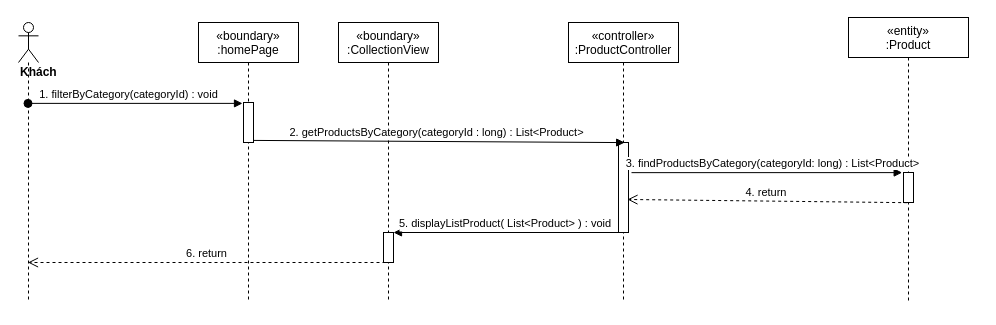
Earlier version of the draw.io diagram sequence diagram/getProductByCategory-seqence.drawio (nguyenphamvan/datn_20202). Source tidied: cells renumbered, new cells numbered last; positions are measured from the earlier drawing's top-left corner, leaving out a move shared by most shapes. Both pictures are drawn from the tidied source at 100%, with x=0, y=0 at pixel (18, 17).
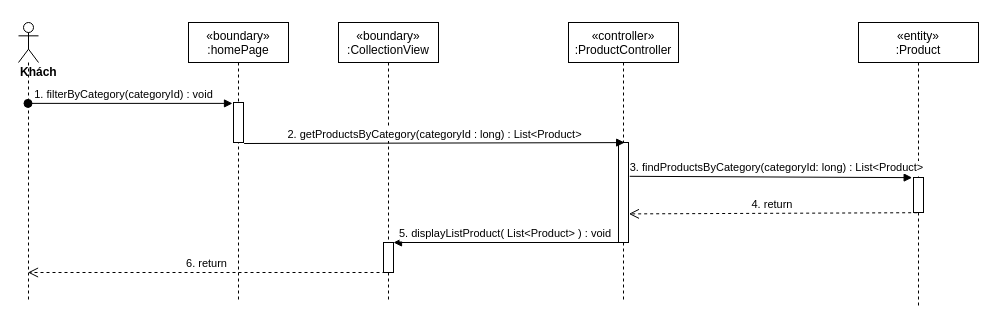
The same page after the edit.

Change to the diagram source:
```diff
@@
 <mxGraphModel>
   <root>
     <mxCell id="0" />
     <mxCell id="1" parent="0" />
     <mxCell id="2" value="«boundary»&#10;:CollectionView" style="shape=umlLifeline;perimeter=lifelinePerimeter;rounded=0;shadow=0;strokeWidth=1;" parent="1" vertex="1">
       <mxGeometry x="320" y="5" width="100" height="280" as="geometry" />
     </mxCell>
     <mxCell id="3" style="html=1;points=[];perimeter=orthogonalPerimeter;" parent="2" vertex="1">
-      <mxGeometry x="45" y="210" width="10" height="30" as="geometry" />
+      <mxGeometry x="45" y="220" width="10" height="30" as="geometry" />
     </mxCell>
     <mxCell id="4" value="«controller»&#10;:ProductController" style="shape=umlLifeline;perimeter=lifelinePerimeter;rounded=0;shadow=0;strokeWidth=1;" parent="1" vertex="1">
       <mxGeometry x="550" y="5" width="110" height="280" as="geometry" />
     </mxCell>
     <mxCell id="5" style="points=[];perimeter=orthogonalPerimeter;rounded=0;shadow=0;strokeWidth=1;" parent="4" vertex="1">
-      <mxGeometry x="50" y="120" width="10" height="90" as="geometry" />
+      <mxGeometry x="50" y="120" width="10" height="100" as="geometry" />
     </mxCell>
     <mxCell id="6" value="&lt;div&gt;&lt;b&gt;Khách&lt;/b&gt;&lt;/div&gt;" style="shape=umlLifeline;participant=umlActor;perimeter=lifelinePerimeter;whiteSpace=wrap;html=1;verticalAlign=top;spacingTop=36;outlineConnect=0;align=left;" parent="1" vertex="1">
       <mxGeometry y="5" width="20" height="280" as="geometry" />
     </mxCell>
     <mxCell id="7" value="1. filterByCategory(categoryId) : void" style="verticalAlign=bottom;startArrow=oval;endArrow=block;startSize=8;shadow=0;strokeWidth=1;entryX=-0.1;entryY=0.022;entryDx=0;entryDy=0;entryPerimeter=0;" parent="1" edge="1" source="6" target="15">
       <mxGeometry x="-0.06" relative="1" as="geometry" />
     </mxCell>
-    <mxCell id="8" value="2. getProductsByCategory(categoryId : long) : List&amp;lt;Product&amp;gt;" style="html=1;verticalAlign=bottom;endArrow=block;entryX=0.617;entryY=0.001;entryDx=0;entryDy=0;entryPerimeter=0;exitX=0.49;exitY=0.421;exitDx=0;exitDy=0;exitPerimeter=0;" parent="1" edge="1" source="14" target="5">
+    <mxCell id="8" value="2. getProductsByCategory(categoryId : long) : List&amp;lt;Product&amp;gt;" style="html=1;verticalAlign=bottom;endArrow=block;entryX=0.617;entryY=0.001;entryDx=0;entryDy=0;entryPerimeter=0;exitX=1.06;exitY=1.025;exitDx=0;exitDy=0;exitPerimeter=0;" parent="1" edge="1" source="15" target="5">
       <mxGeometry relative="1" as="geometry" />
     </mxCell>
     <mxCell id="9" value="«entity»&#10;:Product" style="shape=umlLifeline;perimeter=lifelinePerimeter;rounded=0;shadow=0;strokeWidth=1;" parent="1" vertex="1">
-      <mxGeometry x="830" width="120" height="285" as="geometry" />
+      <mxGeometry x="840" y="5" width="120" height="285" as="geometry" />
     </mxCell>
     <mxCell id="10" style="points=[];perimeter=orthogonalPerimeter;rounded=0;shadow=0;strokeWidth=1;" parent="9" vertex="1">
-      <mxGeometry x="55" y="155" width="10" height="30" as="geometry" />
+      <mxGeometry x="55" y="155" width="10" height="35" as="geometry" />
     </mxCell>
-    <mxCell id="11" value="3. findProductsByCategory(categoryId: long) : List&amp;lt;Product&amp;gt;" style="html=1;verticalAlign=bottom;endArrow=block;entryX=-0.133;entryY=0.004;entryDx=0;entryDy=0;entryPerimeter=0;exitX=1.3;exitY=0.335;exitDx=0;exitDy=0;exitPerimeter=0;" parent="1" edge="1" source="5" target="10">
+    <mxCell id="11" value="3. findProductsByCategory(categoryId: long) : List&amp;lt;Product&amp;gt;" style="html=1;verticalAlign=bottom;endArrow=block;entryX=-0.133;entryY=0.004;entryDx=0;entryDy=0;entryPerimeter=0;exitX=1.12;exitY=0.338;exitDx=0;exitDy=0;exitPerimeter=0;" parent="1" edge="1" source="5" target="10">
       <mxGeometry x="0.04" relative="1" as="geometry" />
     </mxCell>
-    <mxCell id="12" value="4. return&amp;nbsp;" style="html=1;verticalAlign=bottom;endArrow=open;dashed=1;endSize=8;exitX=0.367;exitY=1.006;exitDx=0;exitDy=0;exitPerimeter=0;entryX=0.9;entryY=0.633;entryDx=0;entryDy=0;entryPerimeter=0;" parent="1" edge="1" source="10" target="5">
+    <mxCell id="12" value="4. return&amp;nbsp;" style="html=1;verticalAlign=bottom;endArrow=open;dashed=1;endSize=8;exitX=0.367;exitY=1.006;exitDx=0;exitDy=0;exitPerimeter=0;entryX=1.04;entryY=0.714;entryDx=0;entryDy=0;entryPerimeter=0;" parent="1" edge="1" source="10" target="5">
       <mxGeometry relative="1" as="geometry" />
     </mxCell>
     <mxCell id="13" value="5. displayListProduct( List&lt;Product&gt; ) : void" style="verticalAlign=bottom;endArrow=block;shadow=0;strokeWidth=1;" parent="1" edge="1" source="5" target="3">
       <mxGeometry relative="1" as="geometry" />
     </mxCell>
     <mxCell id="14" value="«boundary»&#10;:homePage" style="shape=umlLifeline;perimeter=lifelinePerimeter;rounded=0;shadow=0;strokeWidth=1;" parent="1" vertex="1">
-      <mxGeometry x="180" y="5" width="100" height="280" as="geometry" />
+      <mxGeometry x="170" y="5" width="100" height="280" as="geometry" />
     </mxCell>
     <mxCell id="15" style="points=[];perimeter=orthogonalPerimeter;rounded=0;shadow=0;strokeWidth=1;" parent="14" vertex="1">
       <mxGeometry x="45" y="80" width="10" height="40" as="geometry" />
     </mxCell>
     <mxCell id="16" value="6. return" style="html=1;verticalAlign=bottom;endArrow=open;dashed=1;endSize=8;exitX=0.2;exitY=1;exitDx=0;exitDy=0;exitPerimeter=0;" parent="1" edge="1" source="3" target="6">
       <mxGeometry relative="1" as="geometry" />
     </mxCell>
   </root>
 </mxGraphModel>
```
